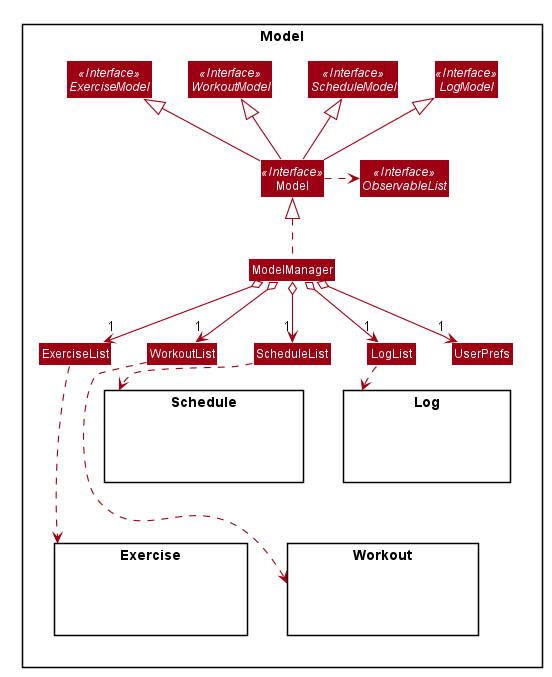
Earlier version of the PlantUML export docs/images/ModelClassDiagram.png (nus-cs2103-AY1920S2/addressbook-level3).
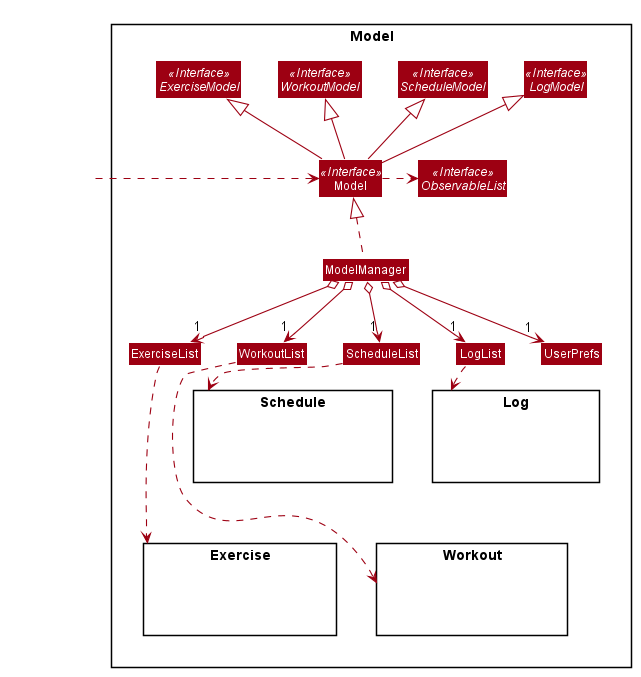
The same file after the commit.

Change to the diagram source:
```diff
@@ -87,6 +87,9 @@
     }
 }
 
+Class HiddenOutside #FFFFFF
+HiddenOutside .right.> Model
+
 Model -up-|> ExerciseModel
 Model -up-|> WorkoutModel
 Model -up-|> ScheduleModel
```
